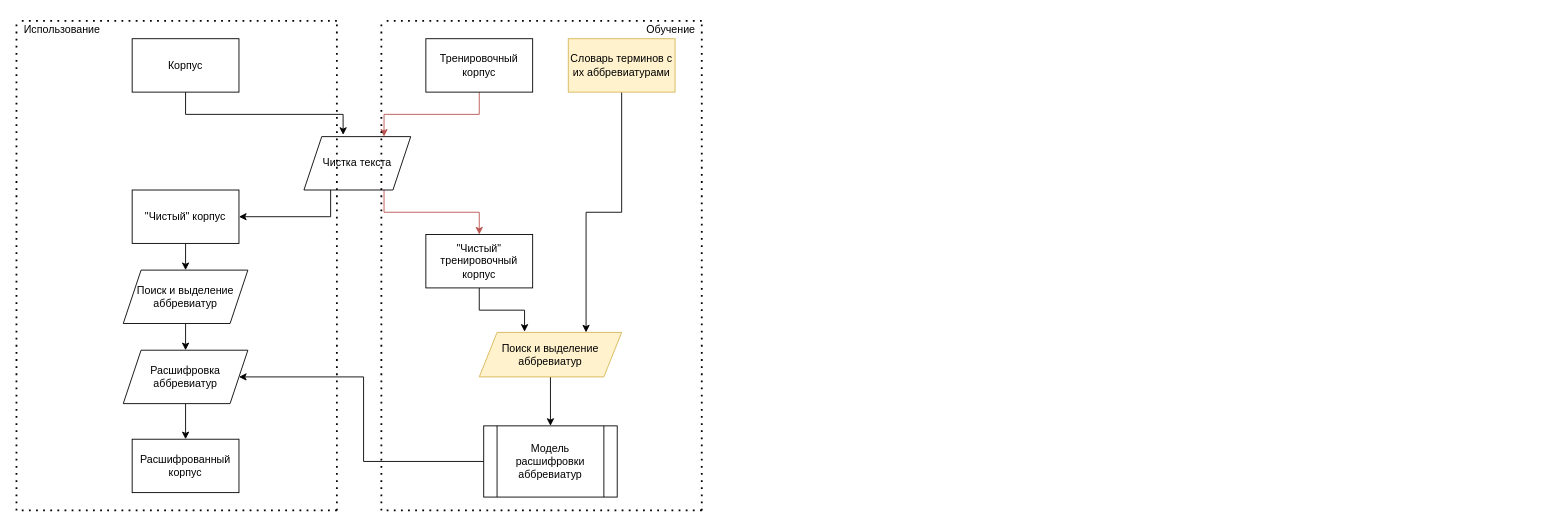
Before: Untitled Diagram.drawio in EgorovM/abbreviations_decode, a draw.io diagram. Source tidied: cells renumbered, new cells numbered last; positions are measured from the earlier drawing's top-left corner, leaving out a move shared by most shapes. Both pictures are drawn from the tidied source at 89%, with x=0, y=0 at pixel (16, 20).
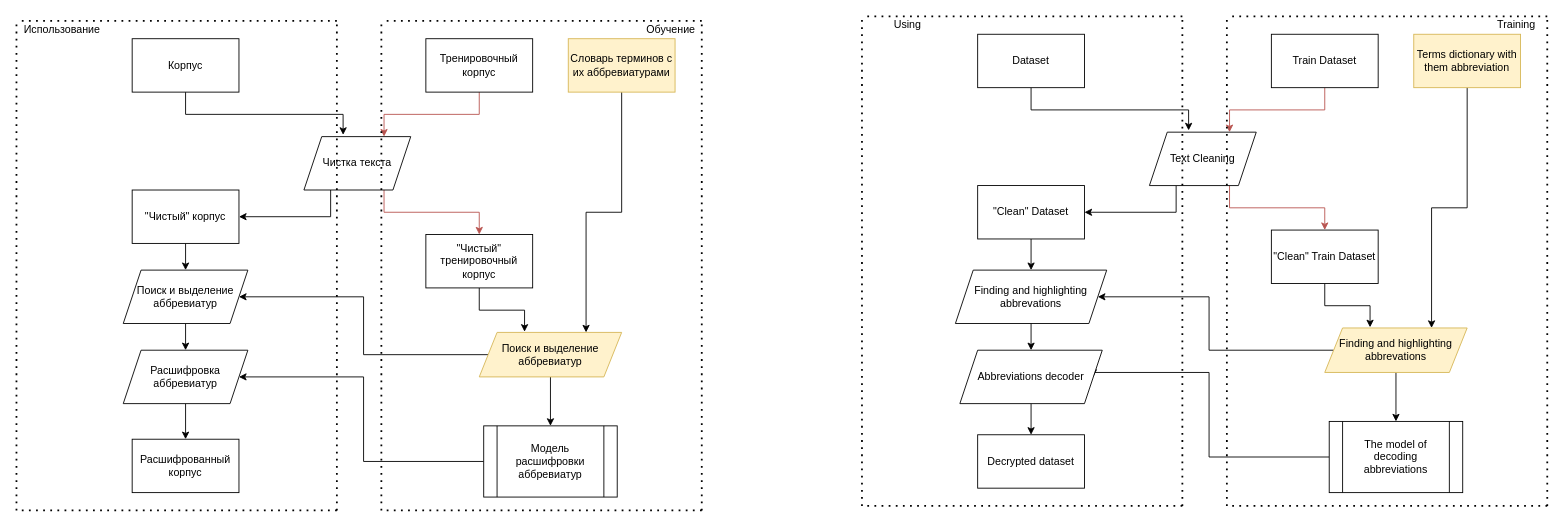
Above is the later version.

The change refers to these unchanged cells:
```xml
<mxCell id="14" value="Поиск и выделение аббревиатур" style="shape=parallelogram;perimeter=parallelogramPerimeter;whiteSpace=wrap;html=1;fixedSize=1;" parent="1" vertex="1">
  <mxGeometry x="120" y="280" width="140" height="60" as="geometry" />
</mxCell>
<mxCell id="21" value="Поиск и выделение аббревиатур" style="shape=parallelogram;perimeter=parallelogramPerimeter;whiteSpace=wrap;html=1;fixedSize=1;fillColor=#fff2cc;strokeColor=#d6b656;" parent="1" vertex="1">
  <mxGeometry x="520" y="350" width="160" height="50" as="geometry" />
</mxCell>
```

What changed in the source:
```diff
@@
+    <mxCell id="36" style="edgeStyle=orthogonalEdgeStyle;rounded=0;jettySize=auto;html=1;exitX=0;exitY=0.5;exitDx=0;exitDy=0;entryX=1;entryY=0.5;entryDx=0;entryDy=0;" parent="1" edge="1" source="21" target="14">
+      <mxGeometry relative="1" as="geometry">
+        <Array as="points">
+          <mxPoint x="390" y="375" />
+          <mxPoint x="390" y="310" />
+        </Array>
+      </mxGeometry>
+    </mxCell>
@@
+    <mxCell id="37" style="edgeStyle=orthogonalEdgeStyle;rounded=0;jettySize=auto;html=1;exitX=0.5;exitY=1;exitDx=0;exitDy=0;entryX=0.75;entryY=0;entryDx=0;entryDy=0;fillColor=#f8cecc;strokeColor=#b85450;" parent="1" edge="1" source="71" target="43">
+      <mxGeometry relative="1" as="geometry" />
+    </mxCell>
+    <mxCell id="38" style="edgeStyle=orthogonalEdgeStyle;rounded=0;jettySize=auto;html=1;exitX=0.5;exitY=1;exitDx=0;exitDy=0;entryX=0.367;entryY=-0.033;entryDx=0;entryDy=0;entryPerimeter=0;" parent="1" edge="1" source="61" target="43">
+      <mxGeometry relative="1" as="geometry" />
+    </mxCell>
+    <mxCell id="39" style="edgeStyle=orthogonalEdgeStyle;rounded=0;jettySize=auto;html=1;exitX=0.5;exitY=1;exitDx=0;exitDy=0;entryX=0.75;entryY=0;entryDx=0;entryDy=0;" parent="1" edge="1" source="40" target="54">
+      <mxGeometry relative="1" as="geometry" />
+    </mxCell>
+    <mxCell id="40" value="Terms dictionary with them abbreviation" style="rounded=0;whiteSpace=wrap;html=1;fillColor=#fff2cc;strokeColor=#d6b656;" parent="1" vertex="1">
+      <mxGeometry x="1570" y="15" width="120" height="60" as="geometry" />
+    </mxCell>
+    <mxCell id="41" style="edgeStyle=orthogonalEdgeStyle;rounded=0;jettySize=auto;html=1;exitX=0.75;exitY=1;exitDx=0;exitDy=0;entryX=0.5;entryY=0;entryDx=0;entryDy=0;fillColor=#f8cecc;strokeColor=#b85450;" parent="1" edge="1" source="43" target="45">
+      <mxGeometry relative="1" as="geometry" />
+    </mxCell>
+    <mxCell id="42" style="edgeStyle=orthogonalEdgeStyle;rounded=0;jettySize=auto;html=1;exitX=0.25;exitY=1;exitDx=0;exitDy=0;" parent="1" edge="1" source="43" target="47">
+      <mxGeometry relative="1" as="geometry" />
+    </mxCell>
+    <mxCell id="43" value="Text Cleaning" style="shape=parallelogram;perimeter=parallelogramPerimeter;whiteSpace=wrap;html=1;fixedSize=1;" parent="1" vertex="1">
+      <mxGeometry x="1273" y="125" width="120" height="60" as="geometry" />
+    </mxCell>
+    <mxCell id="44" style="edgeStyle=orthogonalEdgeStyle;rounded=0;jettySize=auto;html=1;exitX=0.5;exitY=1;exitDx=0;exitDy=0;entryX=0.318;entryY=-0.015;entryDx=0;entryDy=0;entryPerimeter=0;" parent="1" edge="1" source="45" target="54">
+      <mxGeometry relative="1" as="geometry" />
+    </mxCell>
+    <mxCell id="45" value="&quot;Clean&quot; Train Dataset" style="rounded=0;whiteSpace=wrap;html=1;" parent="1" vertex="1">
+      <mxGeometry x="1410" y="235" width="120" height="60" as="geometry" />
+    </mxCell>
+    <mxCell id="46" style="edgeStyle=orthogonalEdgeStyle;rounded=0;jettySize=auto;html=1;exitX=0.5;exitY=1;exitDx=0;exitDy=0;entryX=0.5;entryY=0;entryDx=0;entryDy=0;" parent="1" edge="1" source="47" target="62">
+      <mxGeometry relative="1" as="geometry" />
+    </mxCell>
+    <mxCell id="47" value="&quot;Clean&quot; Dataset" style="rounded=0;whiteSpace=wrap;html=1;" parent="1" vertex="1">
+      <mxGeometry x="1080" y="185" width="120" height="60" as="geometry" />
+    </mxCell>
+    <mxCell id="48" style="edgeStyle=orthogonalEdgeStyle;rounded=0;jettySize=auto;html=1;exitX=0.5;exitY=1;exitDx=0;exitDy=0;entryX=0.5;entryY=0;entryDx=0;entryDy=0;" parent="1" edge="1" source="63" target="49">
+      <mxGeometry relative="1" as="geometry" />
+    </mxCell>
+    <mxCell id="49" value="Decrypted dataset" style="rounded=0;whiteSpace=wrap;html=1;" parent="1" vertex="1">
+      <mxGeometry x="1080" y="465" width="120" height="60" as="geometry" />
+    </mxCell>
+    <mxCell id="50" style="edgeStyle=orthogonalEdgeStyle;rounded=0;jettySize=auto;html=1;exitX=0;exitY=0.5;exitDx=0;exitDy=0;entryX=1;entryY=0.5;entryDx=0;entryDy=0;" parent="1" edge="1" source="51" target="63">
+      <mxGeometry relative="1" as="geometry">
+        <Array as="points">
+          <mxPoint x="1340" y="490" />
+          <mxPoint x="1340" y="395" />
+        </Array>
+      </mxGeometry>
+    </mxCell>
+    <mxCell id="51" value="The model of decoding abbreviations" style="shape=process;whiteSpace=wrap;html=1;backgroundOutline=1;" parent="1" vertex="1">
+      <mxGeometry x="1475" y="450" width="150" height="80" as="geometry" />
+    </mxCell>
+    <mxCell id="52" style="edgeStyle=orthogonalEdgeStyle;rounded=0;jettySize=auto;html=1;exitX=0.5;exitY=1;exitDx=0;exitDy=0;entryX=0.5;entryY=0;entryDx=0;entryDy=0;" parent="1" edge="1" source="54" target="51">
+      <mxGeometry relative="1" as="geometry" />
+    </mxCell>
+    <mxCell id="53" style="edgeStyle=orthogonalEdgeStyle;rounded=0;jettySize=auto;html=1;exitX=0;exitY=0.5;exitDx=0;exitDy=0;entryX=1;entryY=0.5;entryDx=0;entryDy=0;" parent="1" edge="1" source="54" target="62">
+      <mxGeometry relative="1" as="geometry">
+        <Array as="points">
+          <mxPoint x="1340" y="370" />
+          <mxPoint x="1340" y="310" />
+        </Array>
+      </mxGeometry>
+    </mxCell>
+    <mxCell id="54" value="Finding and highlighting abbrevations" style="shape=parallelogram;perimeter=parallelogramPerimeter;whiteSpace=wrap;html=1;fixedSize=1;fillColor=#fff2cc;strokeColor=#d6b656;" parent="1" vertex="1">
+      <mxGeometry x="1470" y="345" width="160" height="50" as="geometry" />
+    </mxCell>
+    <mxCell id="55" style="group;" parent="1" vertex="1">
+      <mxGeometry x="950" y="-5" width="360" height="550" as="geometry" />
+    </mxCell>
+    <mxCell id="56" style="endArrow=none;dashed=1;html=1;dashPattern=1 3;strokeWidth=2;" parent="55" edge="1">
+      <mxGeometry relative="1" as="geometry">
+        <mxPoint y="550" as="sourcePoint" />
+        <mxPoint as="targetPoint" />
+      </mxGeometry>
+    </mxCell>
+    <mxCell id="57" style="endArrow=none;dashed=1;html=1;dashPattern=1 3;strokeWidth=2;" parent="55" edge="1">
+      <mxGeometry relative="1" as="geometry">
+        <mxPoint x="360" y="550" as="sourcePoint" />
+        <mxPoint y="550" as="targetPoint" />
+      </mxGeometry>
+    </mxCell>
+    <mxCell id="58" style="endArrow=none;dashed=1;html=1;dashPattern=1 3;strokeWidth=2;" parent="55" edge="1">
+      <mxGeometry relative="1" as="geometry">
+        <mxPoint x="360" as="sourcePoint" />
+        <mxPoint as="targetPoint" />
+      </mxGeometry>
+    </mxCell>
+    <mxCell id="59" style="endArrow=none;dashed=1;html=1;dashPattern=1 3;strokeWidth=2;" parent="55" edge="1">
+      <mxGeometry relative="1" as="geometry">
+        <mxPoint x="360" y="550" as="sourcePoint" />
+        <mxPoint x="360" as="targetPoint" />
+      </mxGeometry>
+    </mxCell>
+    <mxCell id="60" value="Using" style="text;html=1;align=center;verticalAlign=middle;" parent="55" vertex="1">
+      <mxGeometry x="25.5" width="50" height="20" as="geometry" />
+    </mxCell>
+    <mxCell id="61" value="Dataset" style="rounded=0;whiteSpace=wrap;html=1;" parent="55" vertex="1">
+      <mxGeometry x="130" y="20" width="120" height="60" as="geometry" />
+    </mxCell>
+    <mxCell id="62" value="Finding and highlighting abbrevations" style="shape=parallelogram;perimeter=parallelogramPerimeter;whiteSpace=wrap;html=1;fixedSize=1;" parent="55" vertex="1">
+      <mxGeometry x="105" y="285" width="170" height="60" as="geometry" />
+    </mxCell>
+    <mxCell id="63" value="Abbreviations decoder" style="shape=parallelogram;perimeter=parallelogramPerimeter;whiteSpace=wrap;html=1;fixedSize=1;" parent="55" vertex="1">
+      <mxGeometry x="110" y="375" width="160" height="60" as="geometry" />
+    </mxCell>
+    <mxCell id="64" style="edgeStyle=orthogonalEdgeStyle;rounded=0;jettySize=auto;html=1;exitX=0.5;exitY=1;exitDx=0;exitDy=0;entryX=0.5;entryY=0;entryDx=0;entryDy=0;" parent="55" edge="1" source="62" target="63">
+      <mxGeometry relative="1" as="geometry" />
+    </mxCell>
+    <mxCell id="65" style="group;" parent="1" vertex="1">
+      <mxGeometry x="1360" y="-5" width="360" height="550" as="geometry" />
+    </mxCell>
+    <mxCell id="66" style="endArrow=none;dashed=1;html=1;dashPattern=1 3;strokeWidth=2;" parent="65" edge="1">
+      <mxGeometry relative="1" as="geometry">
+        <mxPoint y="550" as="sourcePoint" />
+        <mxPoint as="targetPoint" />
+      </mxGeometry>
+    </mxCell>
+    <mxCell id="67" style="endArrow=none;dashed=1;html=1;dashPattern=1 3;strokeWidth=2;" parent="65" edge="1">
+      <mxGeometry relative="1" as="geometry">
+        <mxPoint x="360" y="550" as="sourcePoint" />
+        <mxPoint y="550" as="targetPoint" />
+      </mxGeometry>
+    </mxCell>
+    <mxCell id="68" style="endArrow=none;dashed=1;html=1;dashPattern=1 3;strokeWidth=2;" parent="65" edge="1">
+      <mxGeometry relative="1" as="geometry">
+        <mxPoint x="360" as="sourcePoint" />
+        <mxPoint as="targetPoint" />
+      </mxGeometry>
+    </mxCell>
+    <mxCell id="69" style="endArrow=none;dashed=1;html=1;dashPattern=1 3;strokeWidth=2;" parent="65" edge="1">
+      <mxGeometry relative="1" as="geometry">
+        <mxPoint x="360" y="550" as="sourcePoint" />
+        <mxPoint x="360" as="targetPoint" />
+      </mxGeometry>
+    </mxCell>
+    <mxCell id="70" value="Training" style="text;html=1;align=center;verticalAlign=middle;" parent="65" vertex="1">
+      <mxGeometry x="295" width="60" height="20" as="geometry" />
+    </mxCell>
+    <mxCell id="71" value="Train Dataset" style="rounded=0;whiteSpace=wrap;html=1;" parent="65" vertex="1">
+      <mxGeometry x="50" y="20" width="120" height="60" as="geometry" />
+    </mxCell>
```
